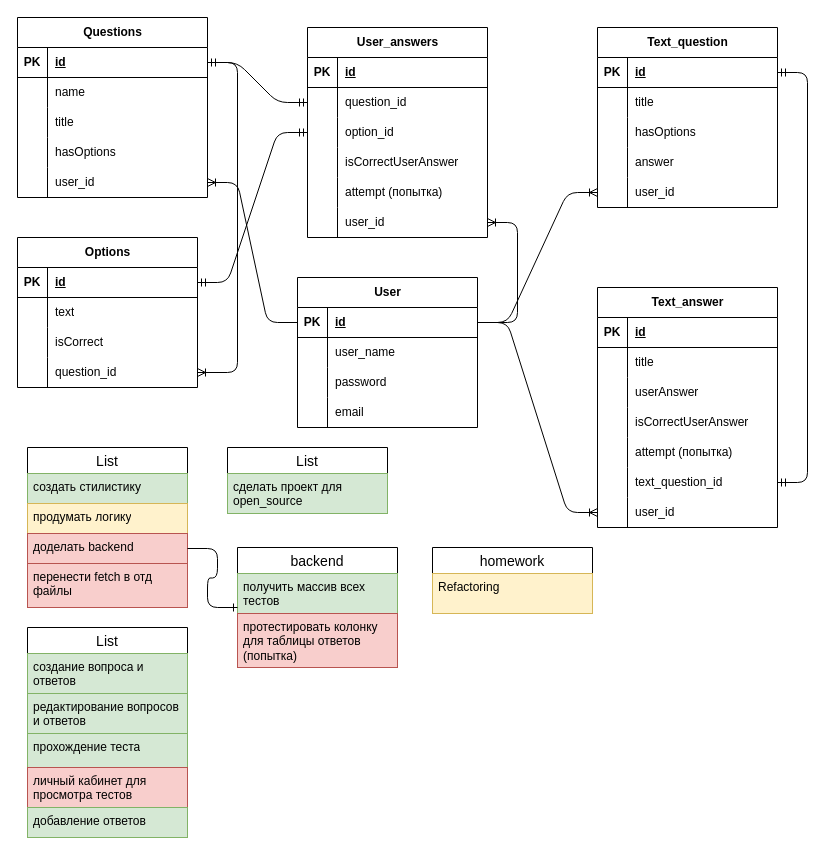
The draw.io diagram server/chemistry.drawio in IbadT/chemistry, before the edit. Source tidied: cells renumbered, new cells numbered last; positions are measured from the earlier drawing's top-left corner, leaving out a move shared by most shapes. Both pictures are drawn from the tidied source at 100%, with x=0, y=0 at pixel (17, 17).
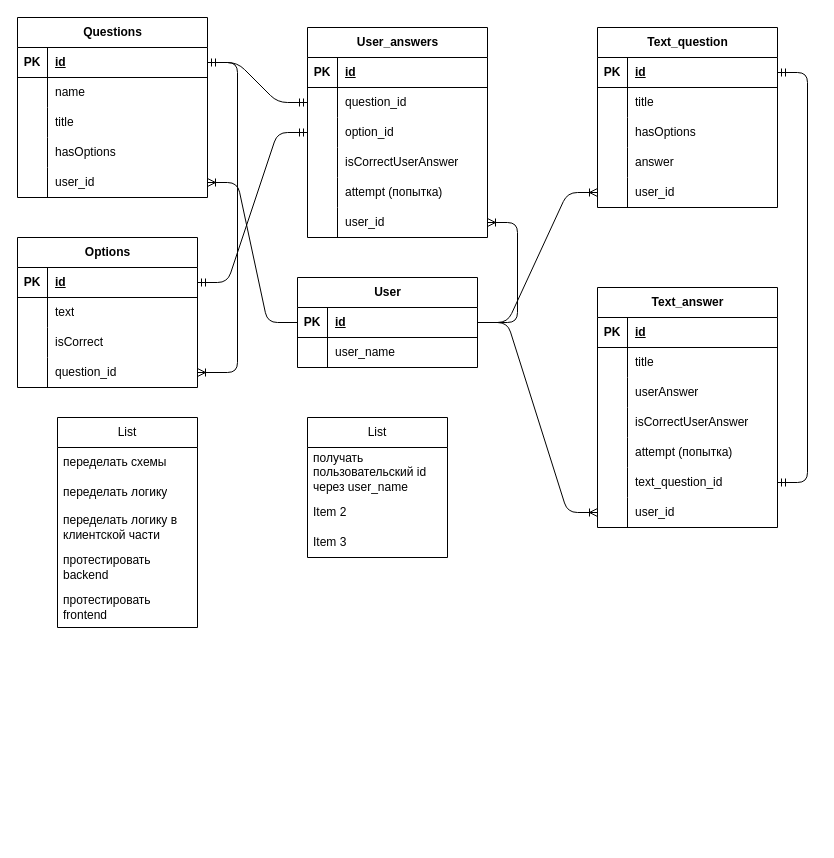
After the change.

What changed in the source:
```diff
@@
     <mxCell id="31" value="User" style="shape=table;startSize=30;childLayout=tableLayout;rowLines=0;fontStyle=1;align=center;html=1;" parent="1" vertex="1">
-      <mxGeometry x="280" y="260" width="180" height="150" as="geometry" />
+      <mxGeometry x="280" y="260" width="180" height="90" as="geometry" />
     </mxCell>
@@
-    <mxCell id="38" style="shape=tableRow;horizontal=0;startSize=0;swimlaneHead=0;swimlaneBody=0;fillColor=none;top=0;left=0;right=0;bottom=0;" parent="31" vertex="1">
-      <mxGeometry y="90" width="180" height="30" as="geometry" />
-    </mxCell>
-    <mxCell id="39" style="shape=partialRectangle;fillColor=none;top=0;left=0;bottom=0;right=0;overflow=hidden;whiteSpace=wrap;html=1;" parent="38" vertex="1">
-      <mxGeometry width="30" height="30" as="geometry" />
-    </mxCell>
-    <mxCell id="40" value="password" style="shape=partialRectangle;fillColor=none;top=0;left=0;bottom=0;right=0;align=left;spacingLeft=6;overflow=hidden;whiteSpace=wrap;html=1;" parent="38" vertex="1">
-      <mxGeometry x="30" width="150" height="30" as="geometry" />
-    </mxCell>
-    <mxCell id="41" style="shape=tableRow;horizontal=0;startSize=0;swimlaneHead=0;swimlaneBody=0;fillColor=none;top=0;left=0;right=0;bottom=0;" parent="31" vertex="1">
-      <mxGeometry y="120" width="180" height="30" as="geometry" />
-    </mxCell>
-    <mxCell id="42" style="shape=partialRectangle;fillColor=none;top=0;left=0;bottom=0;right=0;overflow=hidden;whiteSpace=wrap;html=1;" parent="41" vertex="1">
-      <mxGeometry width="30" height="30" as="geometry" />
-    </mxCell>
-    <mxCell id="43" value="email" style="shape=partialRectangle;fillColor=none;top=0;left=0;bottom=0;right=0;align=left;spacingLeft=6;overflow=hidden;whiteSpace=wrap;html=1;" parent="41" vertex="1">
-      <mxGeometry x="30" width="150" height="30" as="geometry" />
-    </mxCell>
@@
-    <mxCell id="111" value="List" style="swimlane;fontStyle=0;horizontal=1;startSize=26;align=center;fontSize=14;" parent="1" vertex="1">
-      <mxGeometry x="10" y="430" width="160" height="160" as="geometry" />
-    </mxCell>
-    <mxCell id="112" value="создать стилистику" style="text;strokeColor=#82b366;fillColor=#d5e8d4;spacingLeft=4;spacingRight=4;overflow=hidden;fontSize=12;whiteSpace=wrap;html=1;" parent="111" vertex="1">
-      <mxGeometry y="26" width="160" height="30" as="geometry" />
-    </mxCell>
-    <mxCell id="113" value="продумать логику" style="text;strokeColor=#d6b656;fillColor=#fff2cc;spacingLeft=4;spacingRight=4;overflow=hidden;fontSize=12;whiteSpace=wrap;html=1;" parent="111" vertex="1">
-      <mxGeometry y="56" width="160" height="30" as="geometry" />
-    </mxCell>
-    <mxCell id="114" value="доделать backend" style="text;strokeColor=#b85450;fillColor=#f8cecc;spacingLeft=4;spacingRight=4;overflow=hidden;points=[[0,0.5],[1,0.5]];portConstraint=eastwest;fontSize=12;whiteSpace=wrap;html=1;" parent="111" vertex="1">
-      <mxGeometry y="86" width="160" height="30" as="geometry" />
-    </mxCell>
-    <mxCell id="115" value="перенести fetch в отд файлы" style="text;strokeColor=#b85450;fillColor=#f8cecc;spacingLeft=4;spacingRight=4;overflow=hidden;fontSize=12;whiteSpace=wrap;html=1;" parent="111" vertex="1">
-      <mxGeometry y="116" width="160" height="44" as="geometry" />
-    </mxCell>
-    <mxCell id="116" value="List" style="swimlane;fontStyle=0;horizontal=1;startSize=26;align=center;fontSize=14;" parent="1" vertex="1">
-      <mxGeometry x="210" y="430" width="160" height="66" as="geometry" />
-    </mxCell>
-    <mxCell id="117" value="сделать проект для open_source" style="text;strokeColor=#82b366;fillColor=#d5e8d4;spacingLeft=4;spacingRight=4;overflow=hidden;fontSize=12;whiteSpace=wrap;html=1;" parent="116" vertex="1">
-      <mxGeometry y="26" width="160" height="40" as="geometry" />
-    </mxCell>
-    <mxCell id="118" value="backend" style="swimlane;fontStyle=0;horizontal=1;startSize=26;align=center;fontSize=14;" parent="1" vertex="1">
-      <mxGeometry x="220" y="530" width="160" height="120" as="geometry" />
-    </mxCell>
-    <mxCell id="119" value="получить массив всех тестов" style="text;strokeColor=#82b366;fillColor=#d5e8d4;spacingLeft=4;spacingRight=4;overflow=hidden;fontSize=12;whiteSpace=wrap;html=1;" parent="118" vertex="1">
-      <mxGeometry y="26" width="160" height="40" as="geometry" />
-    </mxCell>
-    <mxCell id="120" value="протестировать колонку для таблицы ответов (попытка)" style="text;strokeColor=#b85450;fillColor=#f8cecc;spacingLeft=4;spacingRight=4;overflow=hidden;fontSize=12;whiteSpace=wrap;html=1;" parent="118" vertex="1">
-      <mxGeometry y="66" width="160" height="54" as="geometry" />
-    </mxCell>
-    <mxCell id="121" style="edgeStyle=entityRelationEdgeStyle;fontSize=12;html=1;endArrow=ERone;endFill=1;rounded=1;" parent="1" edge="1" source="114" target="118">
-      <mxGeometry relative="1" as="geometry" />
-    </mxCell>
-    <mxCell id="122" value="List" style="swimlane;fontStyle=0;horizontal=1;startSize=26;align=center;fontSize=14;" parent="1" vertex="1">
-      <mxGeometry x="10" y="610" width="160" height="210" as="geometry" />
-    </mxCell>
-    <mxCell id="123" value="создание вопроса и ответов" style="text;strokeColor=#82b366;fillColor=#d5e8d4;spacingLeft=4;spacingRight=4;overflow=hidden;fontSize=12;whiteSpace=wrap;html=1;" parent="122" vertex="1">
-      <mxGeometry y="26" width="160" height="40" as="geometry" />
-    </mxCell>
-    <mxCell id="124" value="редактирование вопросов и ответов" style="text;strokeColor=#82b366;fillColor=#d5e8d4;spacingLeft=4;spacingRight=4;overflow=hidden;fontSize=12;whiteSpace=wrap;html=1;" parent="122" vertex="1">
-      <mxGeometry y="66" width="160" height="40" as="geometry" />
-    </mxCell>
-    <mxCell id="125" value="прохождение теста" style="text;strokeColor=#82b366;fillColor=#d5e8d4;spacingLeft=4;spacingRight=4;overflow=hidden;fontSize=12;whiteSpace=wrap;html=1;" parent="122" vertex="1">
-      <mxGeometry y="106" width="160" height="34" as="geometry" />
-    </mxCell>
-    <mxCell id="126" value="личный кабинет для просмотра тестов" style="text;strokeColor=#b85450;fillColor=#f8cecc;spacingLeft=4;spacingRight=4;overflow=hidden;fontSize=12;whiteSpace=wrap;html=1;" parent="122" vertex="1">
-      <mxGeometry y="140" width="160" height="40" as="geometry" />
-    </mxCell>
-    <mxCell id="127" value="добавление ответов" style="text;strokeColor=#82b366;fillColor=#d5e8d4;spacingLeft=4;spacingRight=4;overflow=hidden;fontSize=12;whiteSpace=wrap;html=1;" parent="122" vertex="1">
-      <mxGeometry y="180" width="160" height="30" as="geometry" />
-    </mxCell>
-    <mxCell id="128" value="homework" style="swimlane;fontStyle=0;horizontal=1;startSize=26;align=center;fontSize=14;" parent="1" vertex="1">
-      <mxGeometry x="415" y="530" width="160" height="66" as="geometry" />
-    </mxCell>
-    <mxCell id="129" value="Refactoring" style="text;strokeColor=#d6b656;fillColor=#fff2cc;spacingLeft=4;spacingRight=4;overflow=hidden;fontSize=12;whiteSpace=wrap;html=1;" parent="128" vertex="1">
-      <mxGeometry y="26" width="160" height="40" as="geometry" />
-    </mxCell>
+    <mxCell id="130" value="List" style="swimlane;fontStyle=0;horizontal=1;startSize=30;whiteSpace=wrap;html=1;" parent="1" vertex="1">
+      <mxGeometry x="40" y="400" width="140" height="210" as="geometry" />
+    </mxCell>
+    <mxCell id="131" value="переделать схемы" style="text;strokeColor=none;fillColor=none;align=left;verticalAlign=middle;spacingLeft=4;spacingRight=4;overflow=hidden;whiteSpace=wrap;html=1;" parent="130" vertex="1">
+      <mxGeometry y="30" width="140" height="30" as="geometry" />
+    </mxCell>
+    <mxCell id="132" value="переделать логику" style="text;strokeColor=none;fillColor=none;align=left;verticalAlign=middle;spacingLeft=4;spacingRight=4;overflow=hidden;whiteSpace=wrap;html=1;" parent="130" vertex="1">
+      <mxGeometry y="60" width="140" height="30" as="geometry" />
+    </mxCell>
+    <mxCell id="133" value="переделать логику в клиентской части" style="text;strokeColor=none;fillColor=none;align=left;verticalAlign=middle;spacingLeft=4;spacingRight=4;overflow=hidden;whiteSpace=wrap;html=1;" parent="130" vertex="1">
+      <mxGeometry y="90" width="140" height="40" as="geometry" />
+    </mxCell>
+    <mxCell id="134" value="протестировать backend" style="text;strokeColor=none;fillColor=none;align=left;verticalAlign=middle;spacingLeft=4;spacingRight=4;overflow=hidden;whiteSpace=wrap;html=1;" parent="130" vertex="1">
+      <mxGeometry y="130" width="140" height="40" as="geometry" />
+    </mxCell>
+    <mxCell id="135" value="протестировать frontend" style="text;strokeColor=none;fillColor=none;align=left;verticalAlign=middle;spacingLeft=4;spacingRight=4;overflow=hidden;whiteSpace=wrap;html=1;" parent="130" vertex="1">
+      <mxGeometry y="170" width="140" height="40" as="geometry" />
+    </mxCell>
+    <mxCell id="136" value="List" style="swimlane;fontStyle=0;horizontal=1;startSize=30;whiteSpace=wrap;html=1;" parent="1" vertex="1">
+      <mxGeometry x="290" y="400" width="140" height="140" as="geometry" />
+    </mxCell>
+    <mxCell id="137" value="получать пользовательский id через user_name" style="text;strokeColor=none;fillColor=none;align=left;verticalAlign=middle;spacingLeft=4;spacingRight=4;overflow=hidden;whiteSpace=wrap;html=1;" parent="136" vertex="1">
+      <mxGeometry y="30" width="140" height="50" as="geometry" />
+    </mxCell>
+    <mxCell id="138" value="Item 2" style="text;strokeColor=none;fillColor=none;align=left;verticalAlign=middle;spacingLeft=4;spacingRight=4;overflow=hidden;whiteSpace=wrap;html=1;" parent="136" vertex="1">
+      <mxGeometry y="80" width="140" height="30" as="geometry" />
+    </mxCell>
+    <mxCell id="139" value="Item 3" style="text;strokeColor=none;fillColor=none;align=left;verticalAlign=middle;spacingLeft=4;spacingRight=4;overflow=hidden;whiteSpace=wrap;html=1;" parent="136" vertex="1">
+      <mxGeometry y="110" width="140" height="30" as="geometry" />
+    </mxCell>
```
